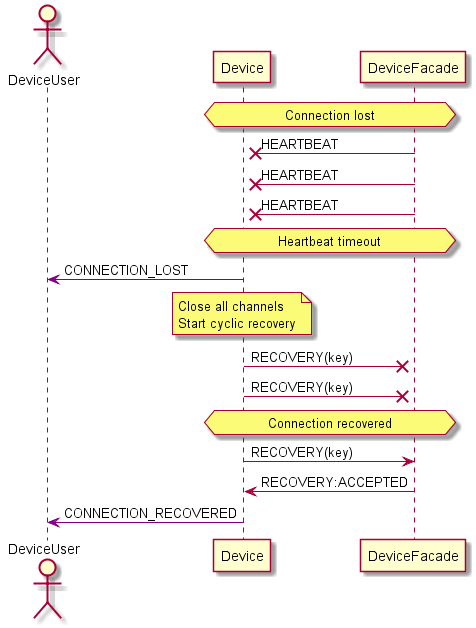
Before: doc/flows/12_device_recovery_during_idle.png, a diagram exported from PlantUML (nawbar23/fleetmgr).
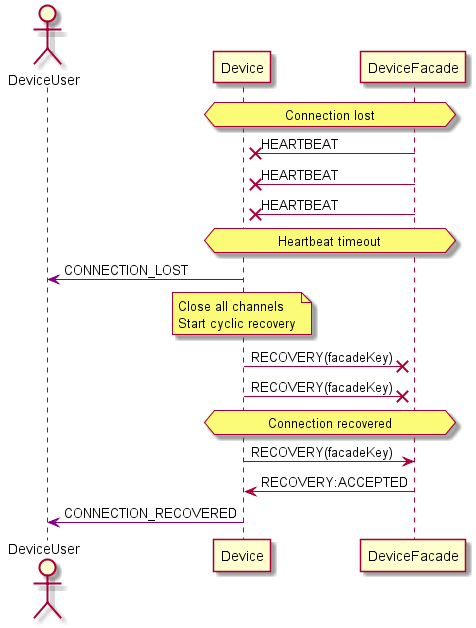
Above is the later version.

The edit, as a diff of the source:
```diff
@@ -17,12 +17,12 @@
 note over Device: Close all channels\nStart cyclic recovery
 
 
-Device ->x DeviceFacade: RECOVERY(key)
-Device ->x DeviceFacade: RECOVERY(key)
+Device ->x DeviceFacade: RECOVERY(facadeKey)
+Device ->x DeviceFacade: RECOVERY(facadeKey)
 
 hnote over Device, DeviceFacade: Connection recovered
 
-Device -> DeviceFacade: RECOVERY(key)
+Device -> DeviceFacade: RECOVERY(facadeKey)
 
 
 DeviceFacade -> Device: RECOVERY:ACCEPTED
```
